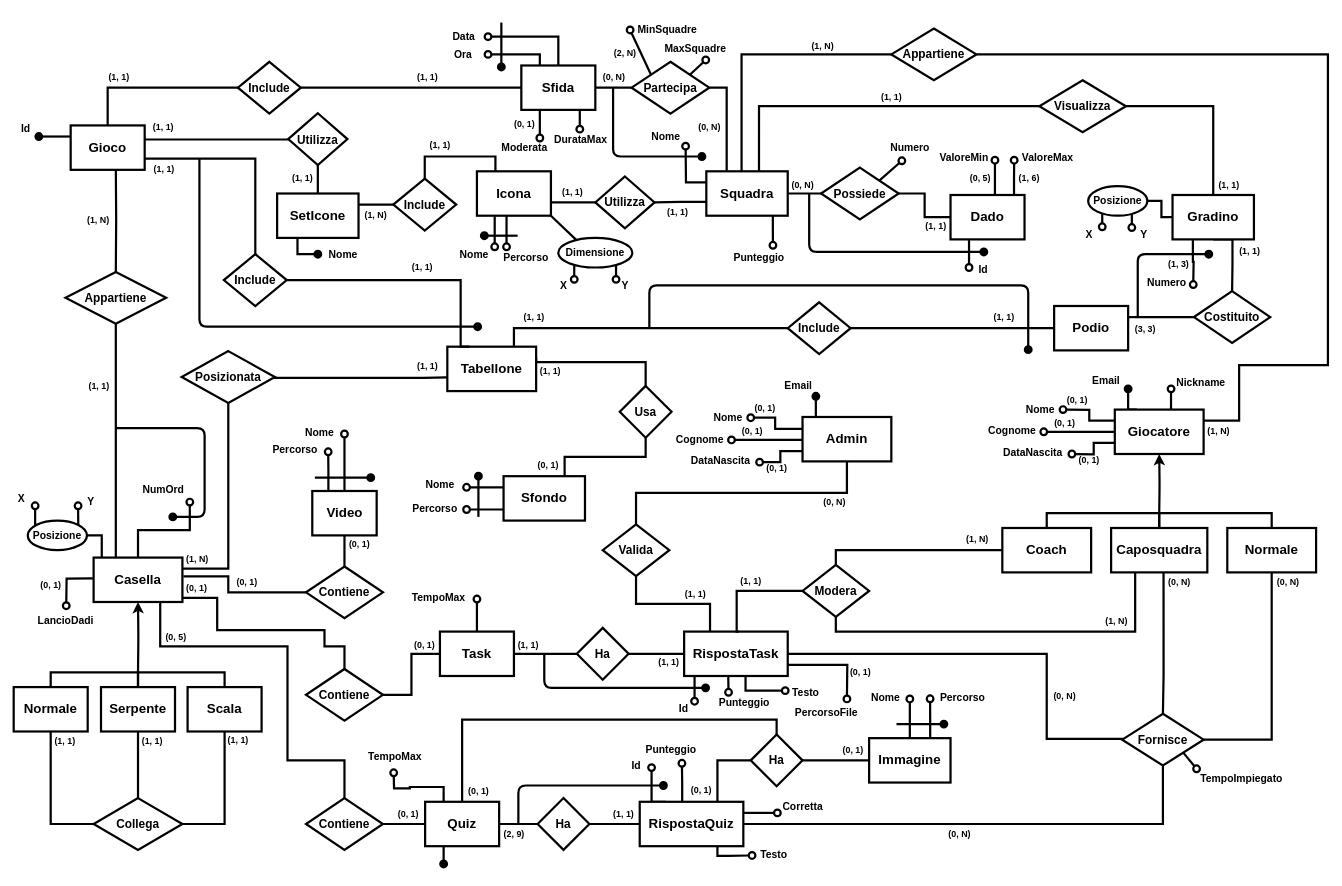
Above: Progetto concettuale/Schema ER.drawio in lorenzobilli/BD-project (draw.io), before the change. Source tidied: cells renumbered, new cells numbered last; positions are measured from the earlier drawing's top-left corner, leaving out a move shared by most shapes. Both pictures are drawn from the tidied source at 74%, with x=0, y=0 at pixel (13, 21).
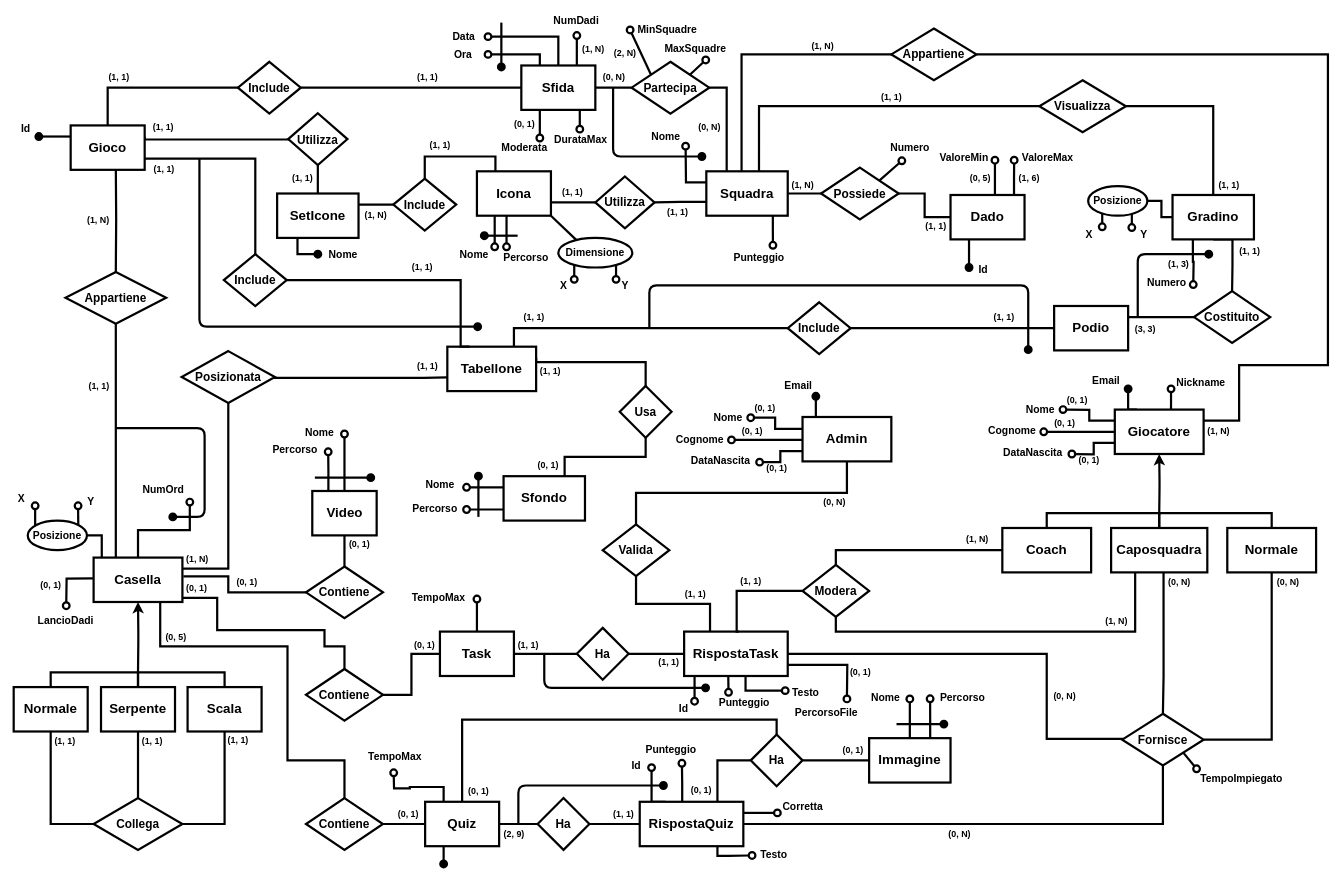
The same page after the edit.

Unchanged cells that the change refers to:
```xml
<mxCell id="57" value="Sfida" style="rounded=0;whiteSpace=wrap;html=1;strokeWidth=3;fontSize=18;shadow=0;fontStyle=1;" parent="1" vertex="1">
  <mxGeometry x="686" y="59" width="100" height="60" as="geometry" />
</mxCell>
<mxCell id="64" value="Dado" style="rounded=0;whiteSpace=wrap;html=1;strokeWidth=3;fontSize=18;shadow=0;fontStyle=1;" parent="1" vertex="1">
  <mxGeometry x="1266" y="234" width="100" height="60" as="geometry" />
</mxCell>
```

Change to the diagram source:
```diff
@@
+    <mxCell id="298" style="edgeStyle=orthogonalEdgeStyle;rounded=0;jettySize=auto;html=1;exitX=0.75;exitY=0;exitDx=0;exitDy=0;strokeWidth=3;endArrow=oval;endFill=0;endSize=9;" parent="1" edge="1" source="57">
+      <mxGeometry relative="1" as="geometry">
+        <mxPoint x="761" y="18.5" as="targetPoint" />
+      </mxGeometry>
+    </mxCell>
@@
-    <mxCell id="63" style="edgeStyle=none;rounded=0;jettySize=auto;html=1;exitX=0.25;exitY=1;exitDx=0;exitDy=0;fontSize=14;startArrow=none;startFill=0;endArrow=oval;endFill=0;startSize=9;endSize=9;strokeWidth=3;" parent="1" edge="1" source="64">
+    <mxCell id="63" style="edgeStyle=none;rounded=0;jettySize=auto;html=1;exitX=0.25;exitY=1;exitDx=0;exitDy=0;fontSize=14;startArrow=none;startFill=0;endArrow=oval;endFill=1;startSize=9;endSize=9;strokeWidth=3;" parent="1" edge="1" source="64">
       <mxGeometry relative="1" as="geometry">
         <mxPoint x="1291" y="332" as="targetPoint" />
       </mxGeometry>
     </mxCell>
@@
-    <mxCell id="203" style="endArrow=oval;html=1;fontSize=14;startSize=9;endSize=9;strokeWidth=3;edgeStyle=orthogonalEdgeStyle;endFill=1;" parent="1" edge="1">
-      <mxGeometry relative="1" as="geometry">
-        <mxPoint x="1075" y="232" as="sourcePoint" />
-        <mxPoint x="1311" y="311" as="targetPoint" />
-        <Array as="points">
-          <mxPoint x="1075" y="311" />
-        </Array>
-      </mxGeometry>
-    </mxCell>
@@
-    <mxCell id="261" value="&lt;font style=&quot;font-size: 12px&quot;&gt;&lt;b&gt;(0, N)&lt;/b&gt;&lt;/font&gt;" style="text;html=1;align=center;verticalAlign=middle;strokeColor=none;fillColor=none;fontSize=14;" parent="1" vertex="1">
+    <mxCell id="261" value="&lt;font style=&quot;font-size: 12px&quot;&gt;&lt;b&gt;(1, N)&lt;/b&gt;&lt;/font&gt;" style="text;html=1;align=center;verticalAlign=middle;strokeColor=none;fillColor=none;fontSize=14;" parent="1" vertex="1">
       <mxGeometry x="1045.5" y="209" width="40" height="22" as="geometry" />
     </mxCell>
@@
+    <mxCell id="299" value="NumDadi" style="text;html=1;align=center;verticalAlign=middle;strokeColor=none;fillColor=none;fontStyle=1;fontSize=14;" parent="1" vertex="1">
+      <mxGeometry x="724" y="-12" width="72" height="21" as="geometry" />
+    </mxCell>
+    <mxCell id="300" value="&lt;font style=&quot;font-size: 12px&quot;&gt;&lt;b&gt;(1, N)&lt;/b&gt;&lt;/font&gt;" style="text;html=1;align=center;verticalAlign=middle;strokeColor=none;fillColor=none;fontSize=14;" parent="1" vertex="1">
+      <mxGeometry x="763" y="25" width="40" height="22" as="geometry" />
+    </mxCell>
```
